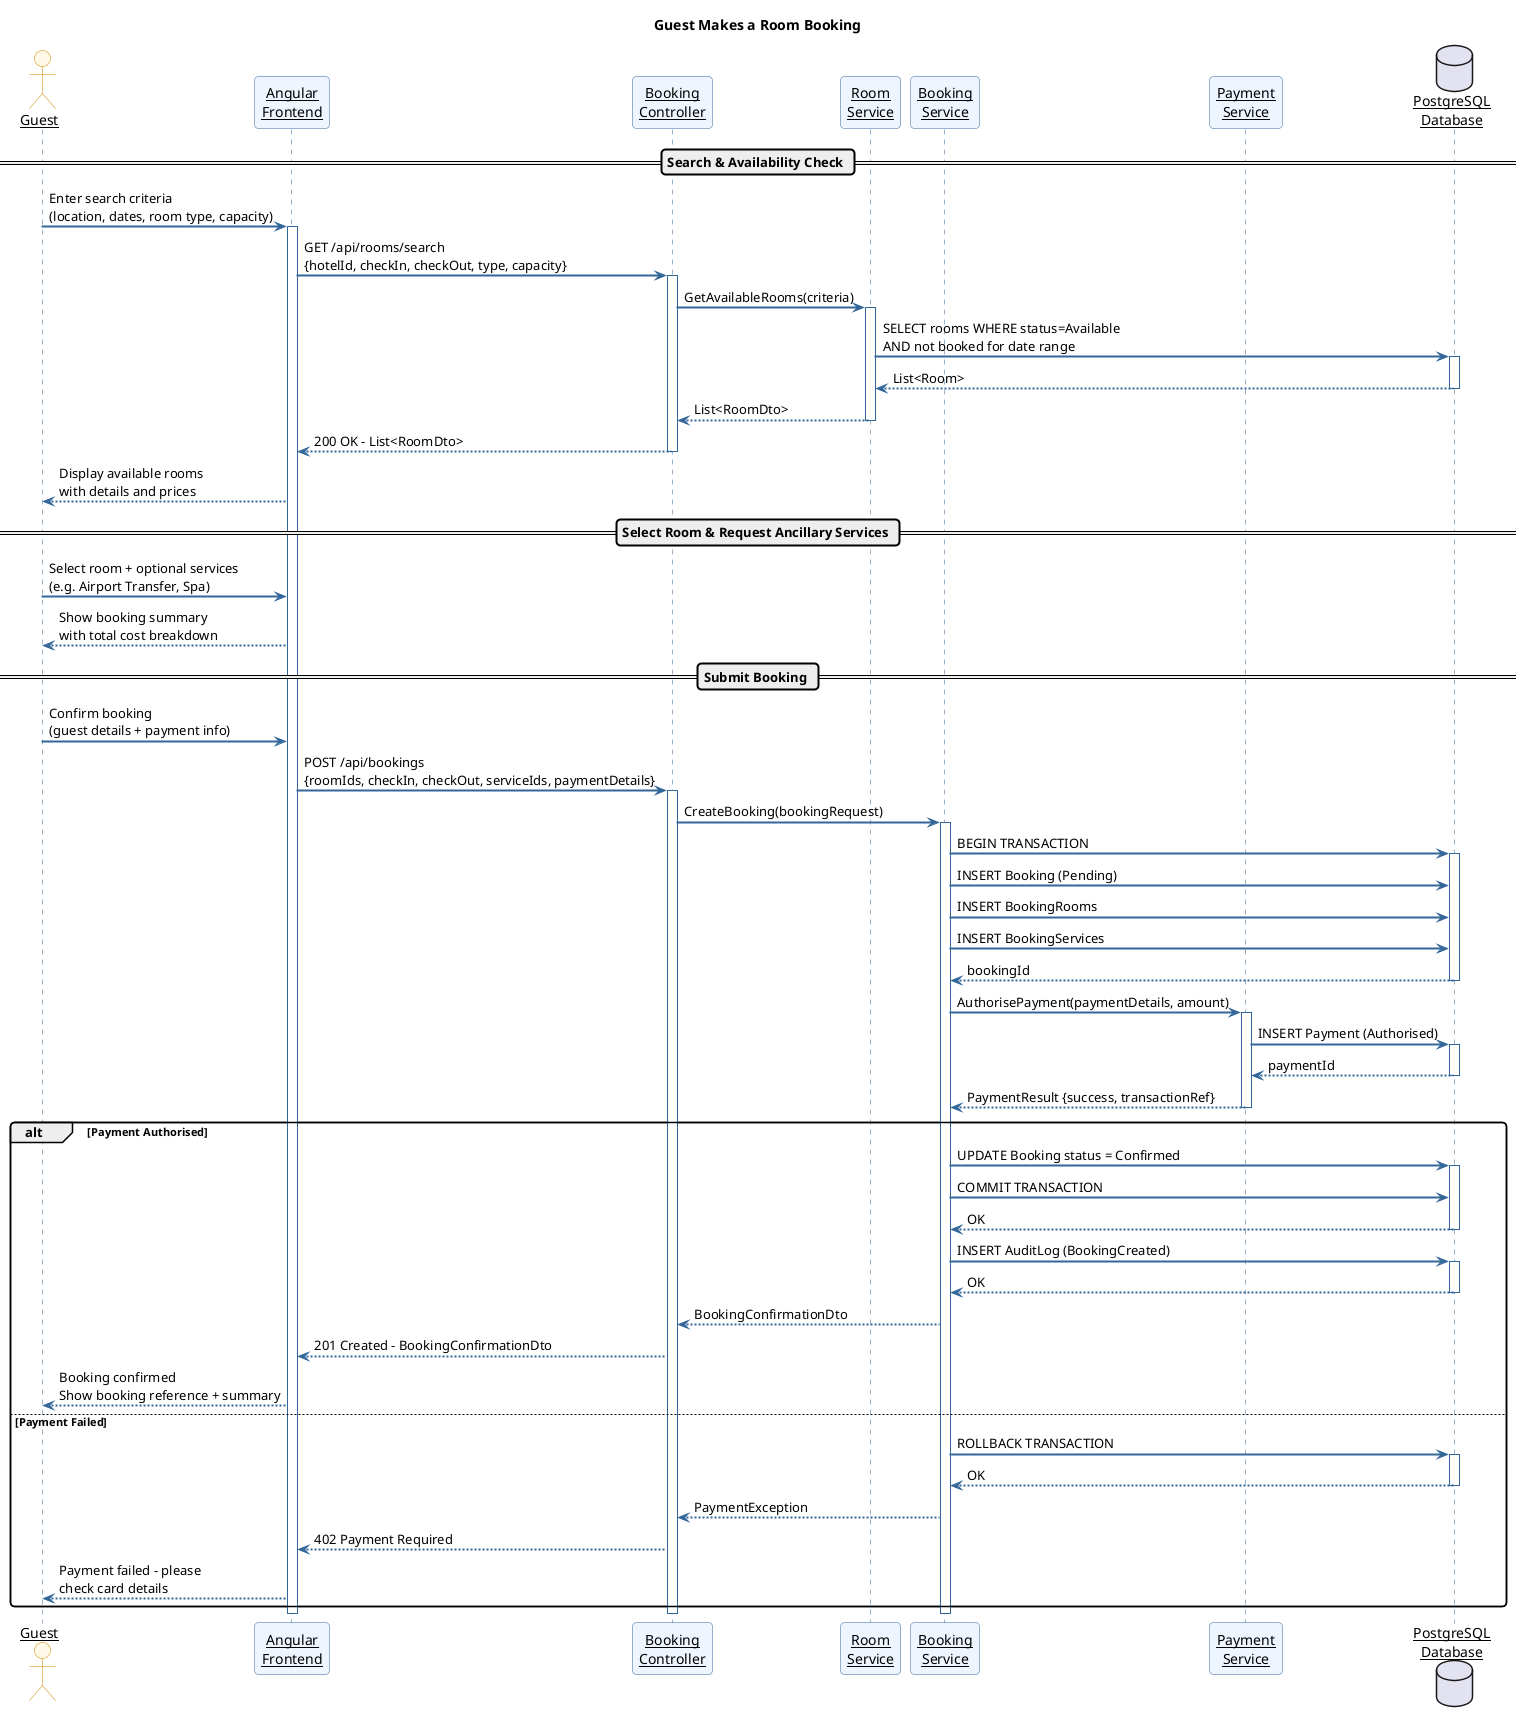
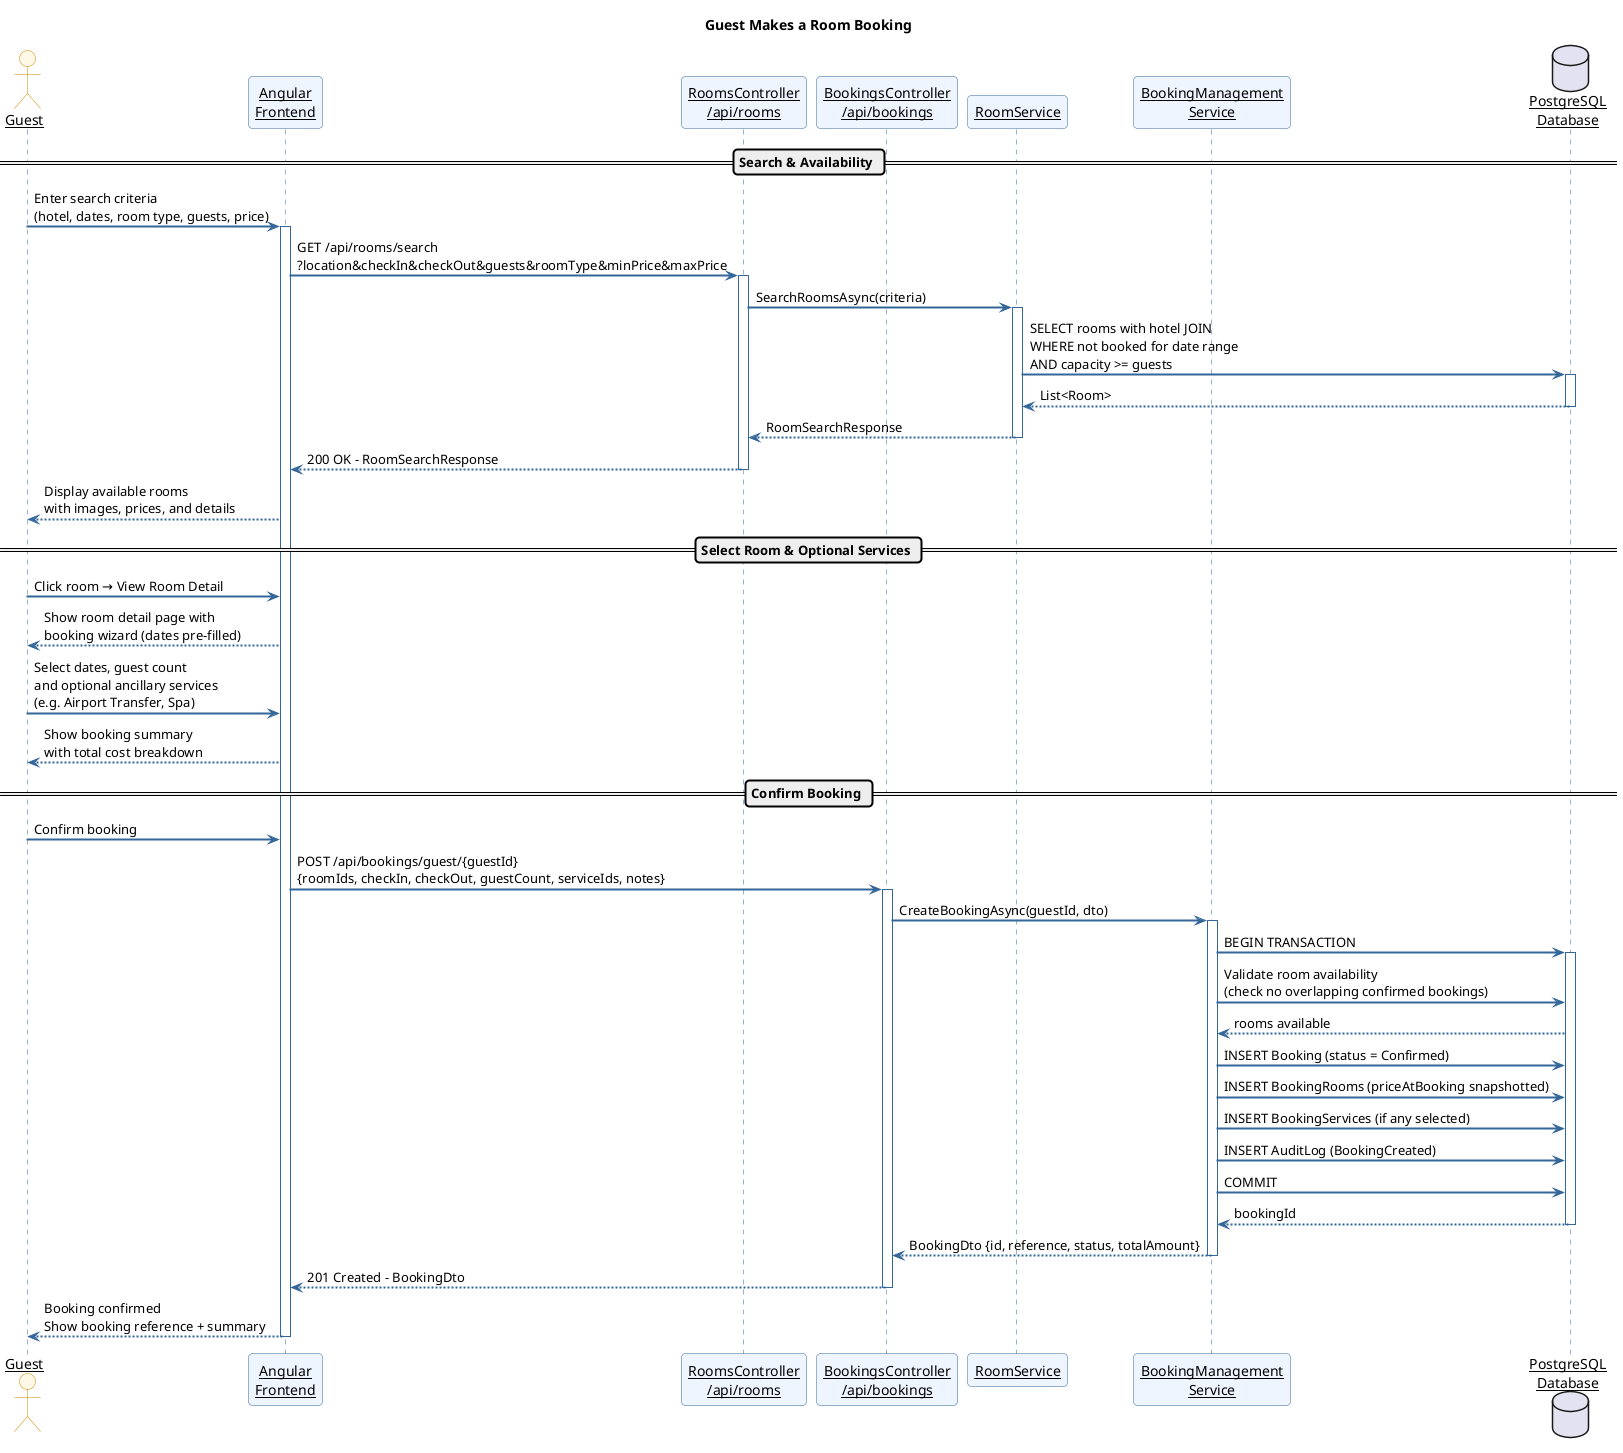
@startuml HMS_Seq_MakeBooking
- ' Author: Aslan
+ ' Author: S2401265 Ahmed Aslan Ibrahim
' Sequence Diagram 1: Guest Makes a Booking

skinparam sequenceArrowThickness 2
skinparam roundcorner 8
skinparam sequenceParticipant underline
skinparam sequence {
  ParticipantBackgroundColor #EEF5FF
  ParticipantBorderColor #336699
  ActorBackgroundColor #FFF8E7
  ActorBorderColor #CC8800
  ArrowColor #336699
  LifeLineBorderColor #336699
}

title Guest Makes a Room Booking

actor Guest as G
participant "Angular\nFrontend" as UI
- participant "Booking\nController" as BC
- participant "Room\nService" as RS
- participant "Booking\nService" as BS
- participant "Payment\nService" as PS
+ participant "RoomsController\n/api/rooms" as RC
+ participant "BookingsController\n/api/bookings" as BC
+ participant "RoomService" as RS
+ participant "BookingManagement\nService" as BS
database "PostgreSQL\nDatabase" as DB

- == Search & Availability Check ==
+ == Search & Availability ==

- G -> UI : Enter search criteria\n(location, dates, room type, capacity)
+ G -> UI : Enter search criteria\n(hotel, dates, room type, guests, price)
activate UI

- UI -> BC : GET /api/rooms/search\n{hotelId, checkIn, checkOut, type, capacity}
- activate BC
+ UI -> RC : GET /api/rooms/search\n?location&checkIn&checkOut&guests&roomType&minPrice&maxPrice
+ activate RC

- BC -> RS : GetAvailableRooms(criteria)
+ RC -> RS : SearchRoomsAsync(criteria)
activate RS
- RS -> DB : SELECT rooms WHERE status=Available\nAND not booked for date range
+ RS -> DB : SELECT rooms with hotel JOIN\nWHERE not booked for date range\nAND capacity >= guests
activate DB
DB --> RS : List<Room>
deactivate DB
- RS --> BC : List<RoomDto>
+ RS --> RC : RoomSearchResponse
deactivate RS

- BC --> UI : 200 OK – List<RoomDto>
- deactivate BC
+ RC --> UI : 200 OK – RoomSearchResponse
+ deactivate RC

- UI --> G : Display available rooms\nwith details and prices
+ UI --> G : Display available rooms\nwith images, prices, and details

- == Select Room & Request Ancillary Services ==
+ == Select Room & Optional Services ==

- G -> UI : Select room + optional services\n(e.g. Airport Transfer, Spa)
+ G -> UI : Click room → View Room Detail
+ UI --> G : Show room detail page with\nbooking wizard (dates pre-filled)
+ 
+ G -> UI : Select dates, guest count\nand optional ancillary services\n(e.g. Airport Transfer, Spa)
UI --> G : Show booking summary\nwith total cost breakdown

- == Submit Booking ==
+ == Confirm Booking ==

- G -> UI : Confirm booking\n(guest details + payment info)
- UI -> BC : POST /api/bookings\n{roomIds, checkIn, checkOut, serviceIds, paymentDetails}
+ G -> UI : Confirm booking
+ UI -> BC : POST /api/bookings/guest/{guestId}\n{roomIds, checkIn, checkOut, guestCount, serviceIds, notes}
activate BC

- BC -> BS : CreateBooking(bookingRequest)
+ BC -> BS : CreateBookingAsync(guestId, dto)
activate BS

BS -> DB : BEGIN TRANSACTION
activate DB
- BS -> DB : INSERT Booking (Pending)
- BS -> DB : INSERT BookingRooms
- BS -> DB : INSERT BookingServices
+ BS -> DB : Validate room availability\n(check no overlapping confirmed bookings)
+ DB --> BS : rooms available
+ 
+ BS -> DB : INSERT Booking (status = Confirmed)
+ BS -> DB : INSERT BookingRooms (priceAtBooking snapshotted)
+ BS -> DB : INSERT BookingServices (if any selected)
+ BS -> DB : INSERT AuditLog (BookingCreated)
+ BS -> DB : COMMIT
DB --> BS : bookingId
deactivate DB

- BS -> PS : AuthorisePayment(paymentDetails, amount)
- activate PS
- PS -> DB : INSERT Payment (Authorised)
- activate DB
- DB --> PS : paymentId
- deactivate DB
- PS --> BS : PaymentResult {success, transactionRef}
- deactivate PS
+ BS --> BC : BookingDto {id, reference, status, totalAmount}
+ deactivate BS

- alt Payment Authorised
-   BS -> DB : UPDATE Booking status = Confirmed
-   activate DB
-   BS -> DB : COMMIT TRANSACTION
-   DB --> BS : OK
-   deactivate DB
-   BS -> DB : INSERT AuditLog (BookingCreated)
-   activate DB
-   DB --> BS : OK
-   deactivate DB
-   BS --> BC : BookingConfirmationDto
-   BC --> UI : 201 Created – BookingConfirmationDto
-   UI --> G : Booking confirmed\nShow booking reference + summary
- else Payment Failed
-   BS -> DB : ROLLBACK TRANSACTION
-   activate DB
-   DB --> BS : OK
-   deactivate DB
-   BS --> BC : PaymentException
-   BC --> UI : 402 Payment Required
-   UI --> G : Payment failed – please\ncheck card details
- end
+ BC --> UI : 201 Created – BookingDto
+ deactivate BC

- deactivate BS
- deactivate BC
+ UI --> G : Booking confirmed\nShow booking reference + summary
deactivate UI

@enduml
